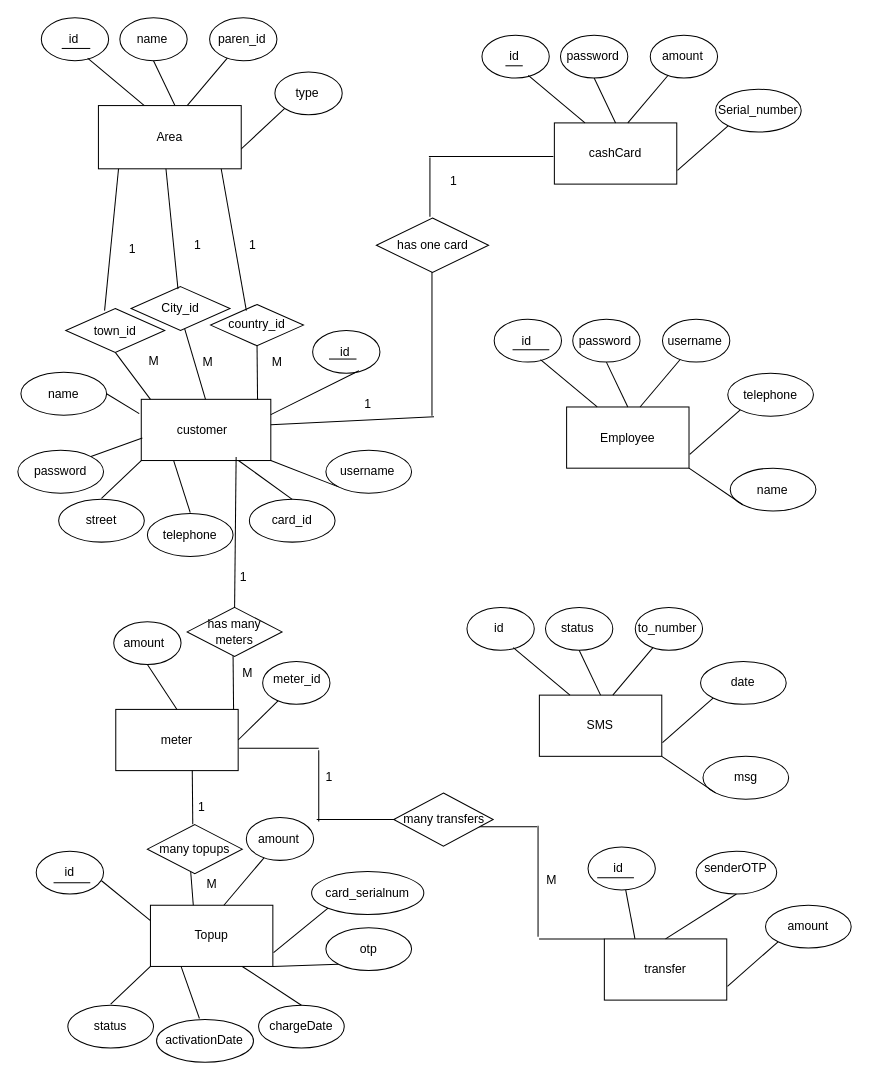
Earlier version of the draw.io diagram Untitled Diagram (2).drawio (shamaabuhassan/Charts). Source tidied: cells renumbered, new cells numbered last; positions are measured from the earlier drawing's top-left corner, leaving out a move shared by most shapes. Both pictures are drawn from the tidied source at 102%, with x=0, y=0 at pixel (17, 17).
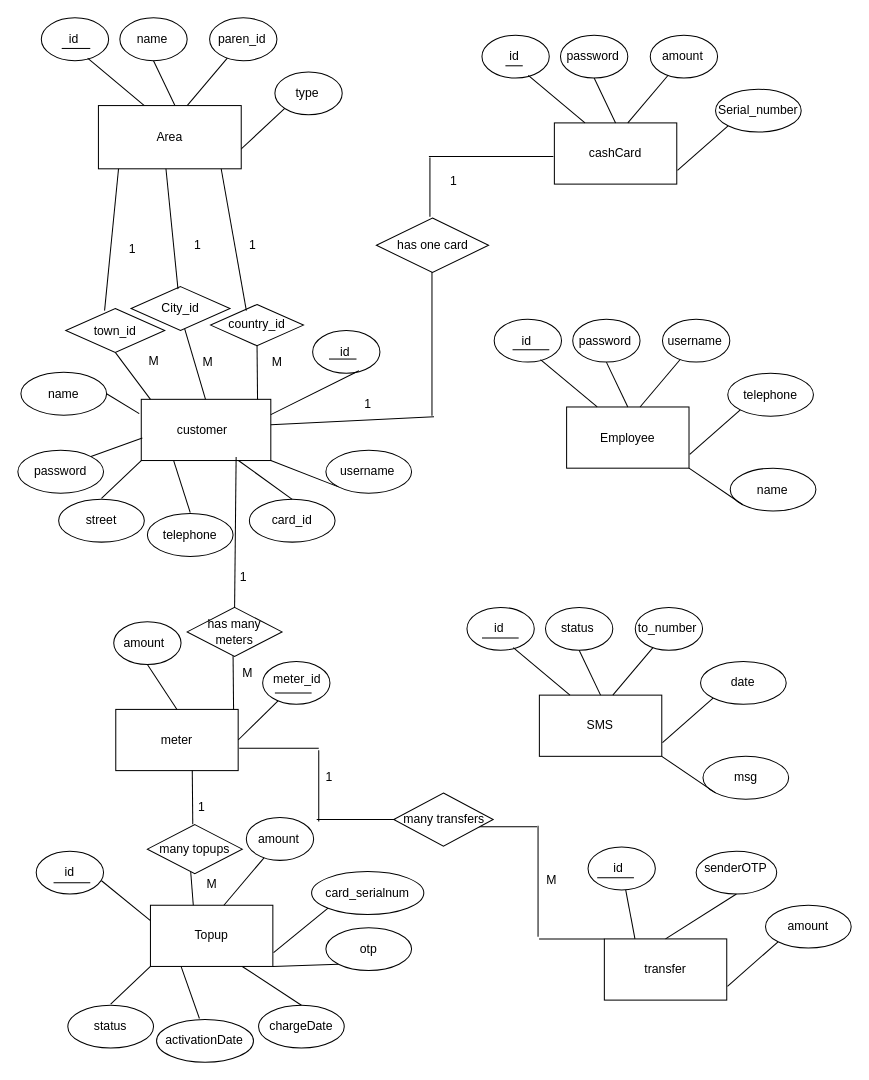
The same diagram, later.

The edit, as a diff of the source:
```diff
@@
+    <mxCell id="175" style="endArrow=none;html=1;" parent="1" edge="1">
+      <mxGeometry relative="1" as="geometry">
+        <mxPoint x="252" y="662" as="sourcePoint" />
+        <mxPoint x="288" y="662" as="targetPoint" />
+      </mxGeometry>
+    </mxCell>
+    <mxCell id="176" style="endArrow=none;html=1;" parent="1" edge="1">
+      <mxGeometry relative="1" as="geometry">
+        <mxPoint x="455" y="608" as="sourcePoint" />
+        <mxPoint x="491" y="608" as="targetPoint" />
+      </mxGeometry>
+    </mxCell>
```
